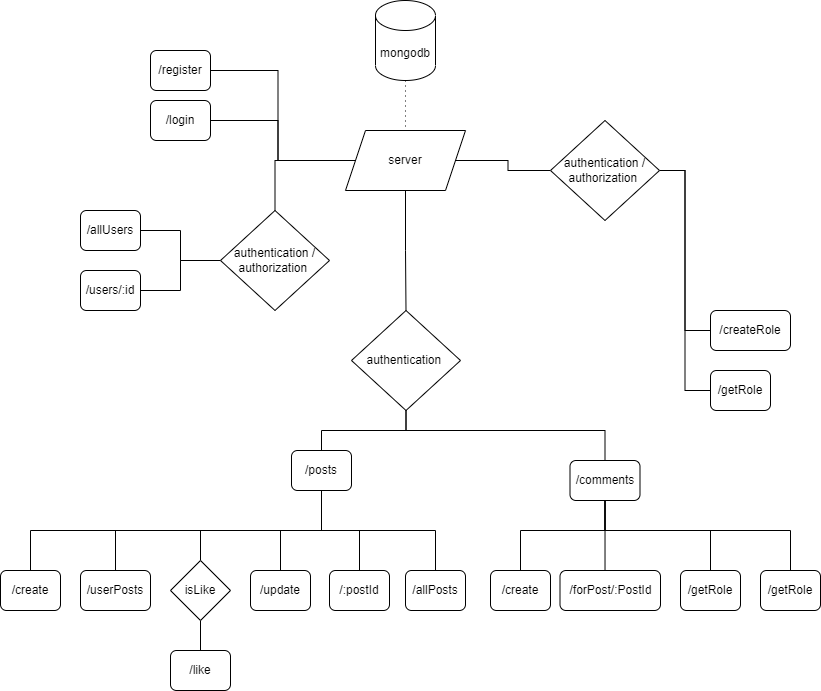
The draw.io diagram UML.png in Mohammed-Almuziny/W08D04, before a commit. Source tidied: cells renumbered, new cells last; positions are measured from the earlier drawing's top-left corner, leaving out a move shared by most shapes.
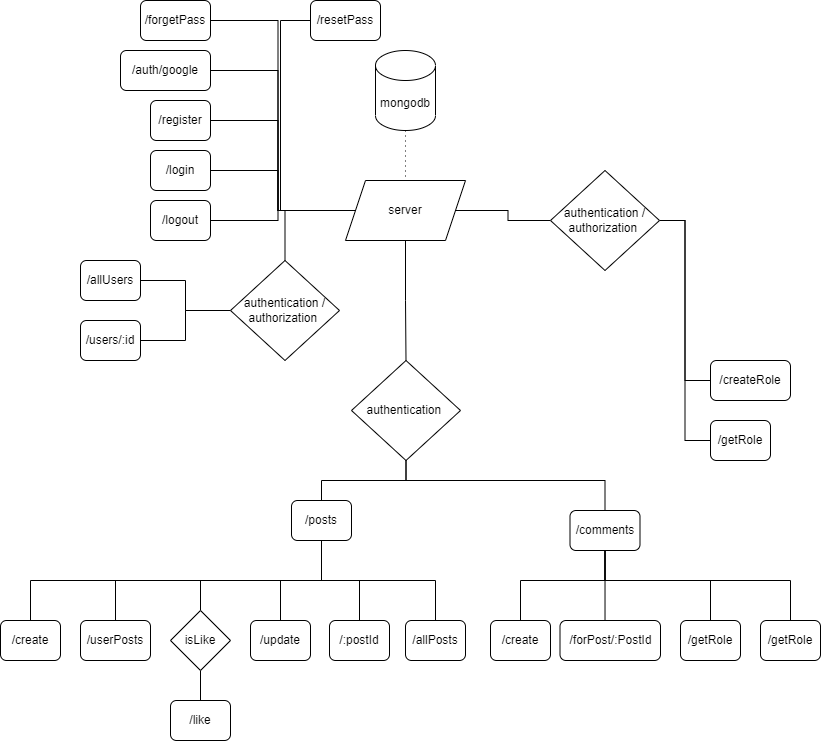
After the commit.

The edit, as a diff of the source:
```diff
@@ -20,6 +20,12 @@
     <mxCell id="7" style="edgeStyle=orthogonalEdgeStyle;rounded=0;jettySize=auto;html=1;entryX=0.5;entryY=0;entryDx=0;entryDy=0;endArrow=none;endFill=0;" parent="1" edge="1" source="8" target="23">
       <mxGeometry relative="1" as="geometry" />
     </mxCell>
+    <mxCell id="49" style="edgeStyle=orthogonalEdgeStyle;rounded=0;jettySize=auto;html=1;entryX=1;entryY=0.5;entryDx=0;entryDy=0;endArrow=none;endFill=0;" parent="1" edge="1" source="8" target="53">
+      <mxGeometry relative="1" as="geometry" />
+    </mxCell>
+    <mxCell id="50" style="edgeStyle=orthogonalEdgeStyle;rounded=0;jettySize=auto;html=1;entryX=1;entryY=0.5;entryDx=0;entryDy=0;endArrow=none;endFill=0;" parent="1" edge="1" source="8" target="56">
+      <mxGeometry relative="1" as="geometry" />
+    </mxCell>
     <mxCell id="8" value="server" style="shape=parallelogram;perimeter=parallelogramPerimeter;whiteSpace=wrap;html=1;fixedSize=1;fillColor=default;" parent="1" vertex="1">
       <mxGeometry x="345" y="130" width="120" height="60" as="geometry" />
     </mxCell>
@@ -51,7 +57,7 @@
       <mxGeometry relative="1" as="geometry" />
     </mxCell>
     <mxCell id="18" value="authentication /&lt;br&gt;authorization&amp;nbsp;" style="rhombus;whiteSpace=wrap;html=1;fillColor=default;" parent="1" vertex="1">
-      <mxGeometry x="220" y="210" width="109" height="100" as="geometry" />
+      <mxGeometry x="230" y="210" width="109" height="100" as="geometry" />
     </mxCell>
     <mxCell id="19" style="edgeStyle=orthogonalEdgeStyle;rounded=0;jettySize=auto;html=1;entryX=0;entryY=0.5;entryDx=0;entryDy=0;endArrow=none;endFill=0;" parent="1" edge="1" source="21" target="14">
       <mxGeometry relative="1" as="geometry" />
@@ -183,5 +189,28 @@
     <mxCell id="48" value="/create" style="rounded=1;whiteSpace=wrap;html=1;fillColor=default;" parent="1" vertex="1">
       <mxGeometry x="490" y="570" width="60" height="40" as="geometry" />
     </mxCell>
+    <mxCell id="51" style="edgeStyle=orthogonalEdgeStyle;rounded=0;jettySize=auto;html=1;entryX=0;entryY=0.5;entryDx=0;entryDy=0;endArrow=none;endFill=0;" parent="1" edge="1" source="52" target="8">
+      <mxGeometry relative="1" as="geometry" />
+    </mxCell>
+    <mxCell id="52" value="/logout" style="rounded=1;whiteSpace=wrap;html=1;fillColor=default;" parent="1" vertex="1">
+      <mxGeometry x="150" y="150" width="60" height="40" as="geometry" />
+    </mxCell>
+    <mxCell id="53" value="/auth/google" style="rounded=1;whiteSpace=wrap;html=1;fillColor=default;" parent="1" vertex="1">
+      <mxGeometry x="120" width="90" height="40" as="geometry" />
+    </mxCell>
+    <mxCell id="54" style="edgeStyle=orthogonalEdgeStyle;rounded=0;jettySize=auto;html=1;entryX=0;entryY=0.5;entryDx=0;entryDy=0;endArrow=none;endFill=0;" parent="1" edge="1" source="55" target="8">
+      <mxGeometry relative="1" as="geometry">
+        <Array as="points">
+          <mxPoint x="280" y="-30" />
+          <mxPoint x="280" y="160" />
+        </Array>
+      </mxGeometry>
+    </mxCell>
+    <mxCell id="55" value="/resetPass" style="rounded=1;whiteSpace=wrap;html=1;fillColor=default;" parent="1" vertex="1">
+      <mxGeometry x="310" y="-50" width="70" height="40" as="geometry" />
+    </mxCell>
+    <mxCell id="56" value="/forgetPass" style="rounded=1;whiteSpace=wrap;html=1;fillColor=default;" parent="1" vertex="1">
+      <mxGeometry x="140" y="-50" width="70" height="40" as="geometry" />
+    </mxCell>
   </root>
 </mxGraphModel>
```
